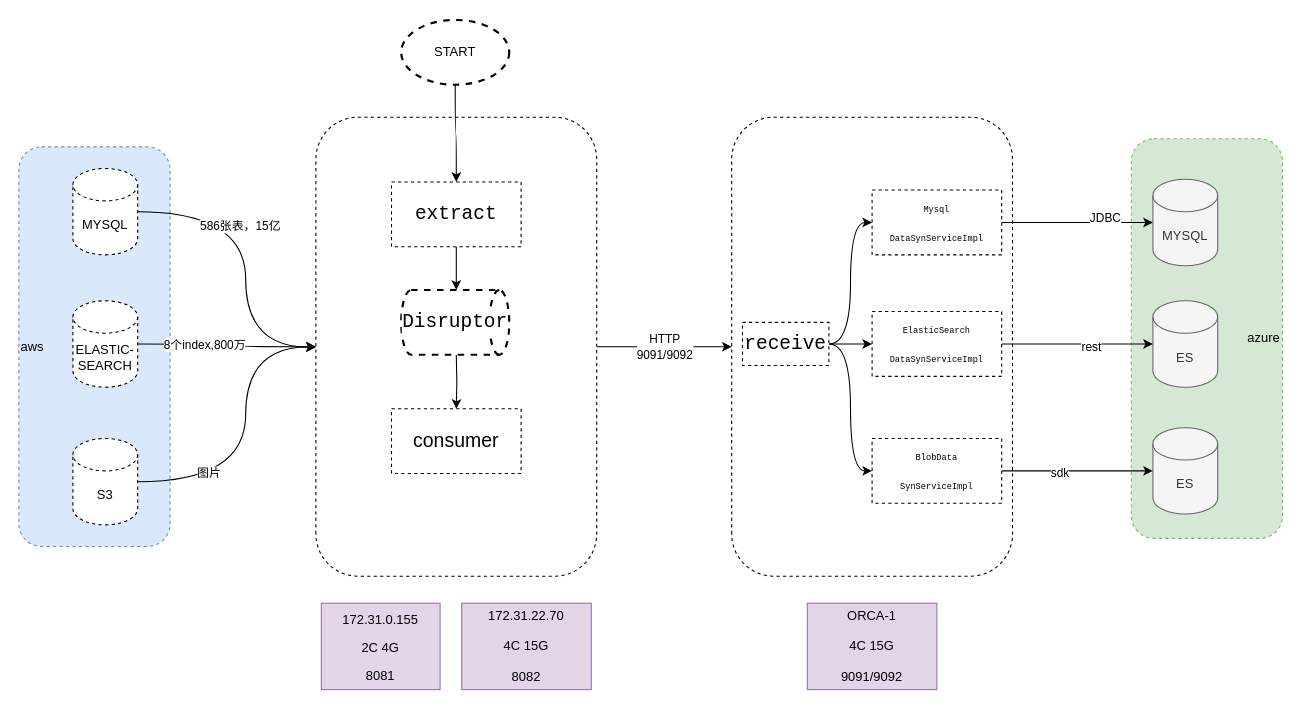
swleon/diagrams keeps this draw.io diagram as 离线数据同步架构.drawio. Above is the earlier version. Source tidied: cells renumbered, new cells numbered last; positions are measured from the earlier drawing's top-left corner, leaving out a move shared by most shapes. Both pictures are drawn from the tidied source at 108%, with x=0, y=0 at pixel (18, 19).
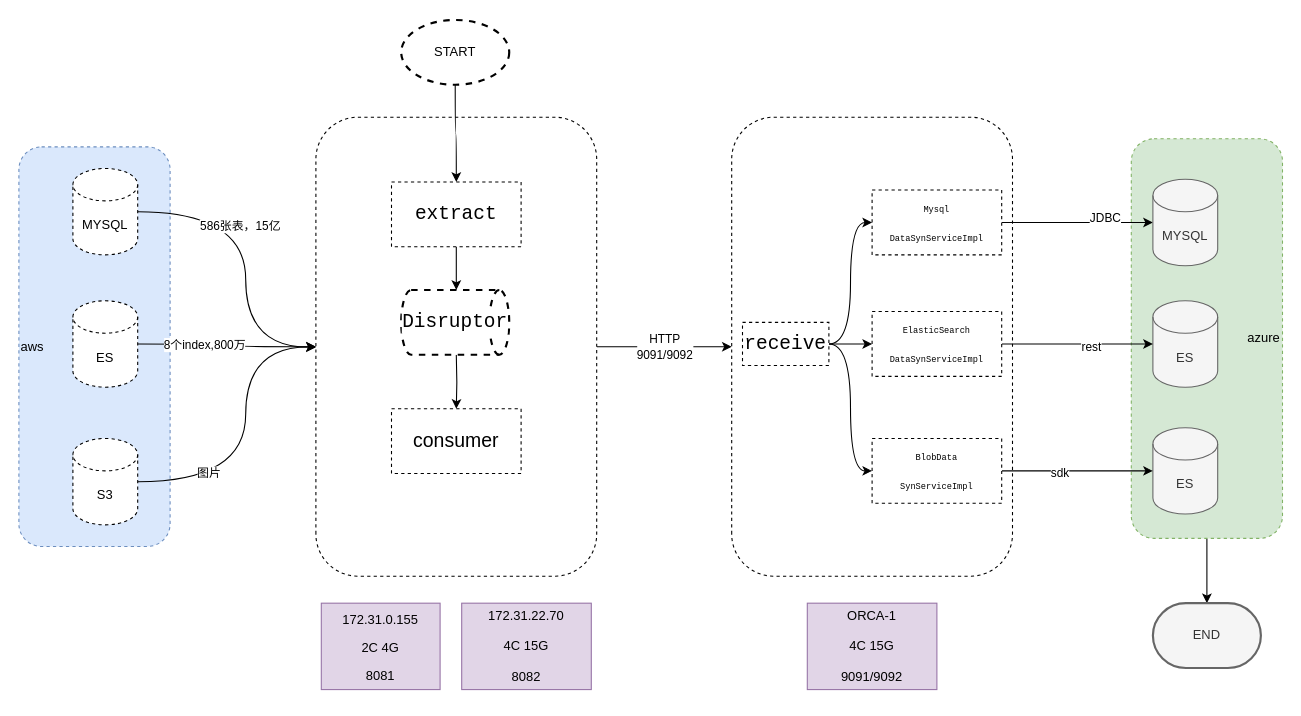
After the change.

Commit message:
离线数据同步架构.drawio

The change refers to these unchanged cells:
```xml
<mxCell id="2" value="azure" style="rounded=1;whiteSpace=wrap;html=1;dashed=1;fillColor=#d5e8d4;strokeColor=#82b366;align=right;" parent="1" vertex="1">
  <mxGeometry x="1030" y="110" width="140" height="370" as="geometry" />
</mxCell>
```

Diff of the diagram source:
```diff
@@
+    <mxCell id="42" style="edgeStyle=orthogonalEdgeStyle;curved=1;rounded=0;jettySize=auto;html=1;" parent="1" edge="1" source="2" target="43">
+      <mxGeometry relative="1" as="geometry" />
+    </mxCell>
@@
-    <mxCell id="11" value="&lt;span&gt;ELASTIC-SEARCH&lt;/span&gt;" style="shape=cylinder3;whiteSpace=wrap;html=1;boundedLbl=1;backgroundOutline=1;size=15;dashed=1;" parent="1" vertex="1">
+    <mxCell id="11" value="&lt;span&gt;ES&lt;/span&gt;" style="shape=cylinder3;whiteSpace=wrap;html=1;boundedLbl=1;backgroundOutline=1;size=15;dashed=1;" parent="1" vertex="1">
       <mxGeometry x="50" y="260" width="60" height="80" as="geometry" />
     </mxCell>
@@
+    <mxCell id="43" value="END" style="strokeWidth=2;html=1;shape=mxgraph.flowchart.terminator;whiteSpace=wrap;rounded=0;fillColor=#f5f5f5;strokeColor=#666666;fontColor=#333333;" parent="1" vertex="1">
+      <mxGeometry x="1050" y="540" width="100" height="60" as="geometry" />
+    </mxCell>
```
